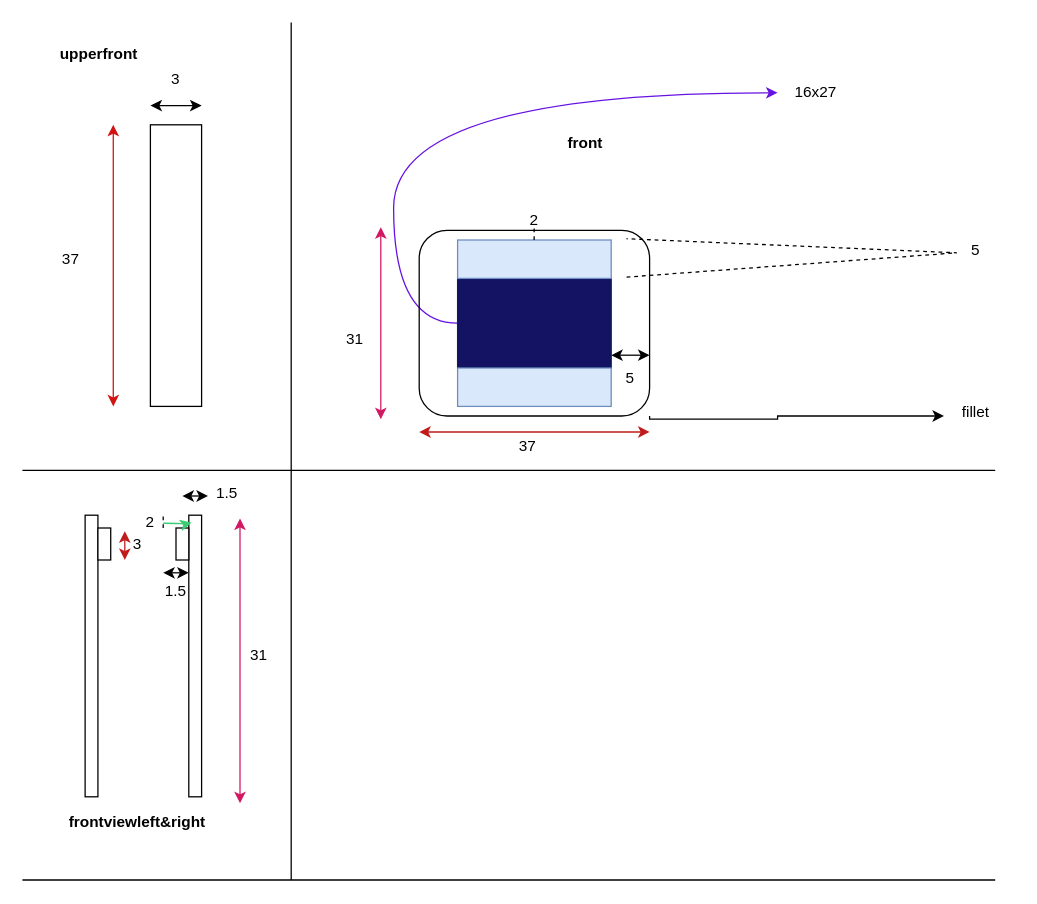
Before: outer design.drawio in ovishak777/Epoxy, a draw.io diagram. Source tidied: cells renumbered, new cells numbered last; positions are measured from the earlier drawing's top-left corner, leaving out a move shared by most shapes. Both pictures are drawn from the tidied source at 128%, with x=0, y=0 at pixel (22, 22).
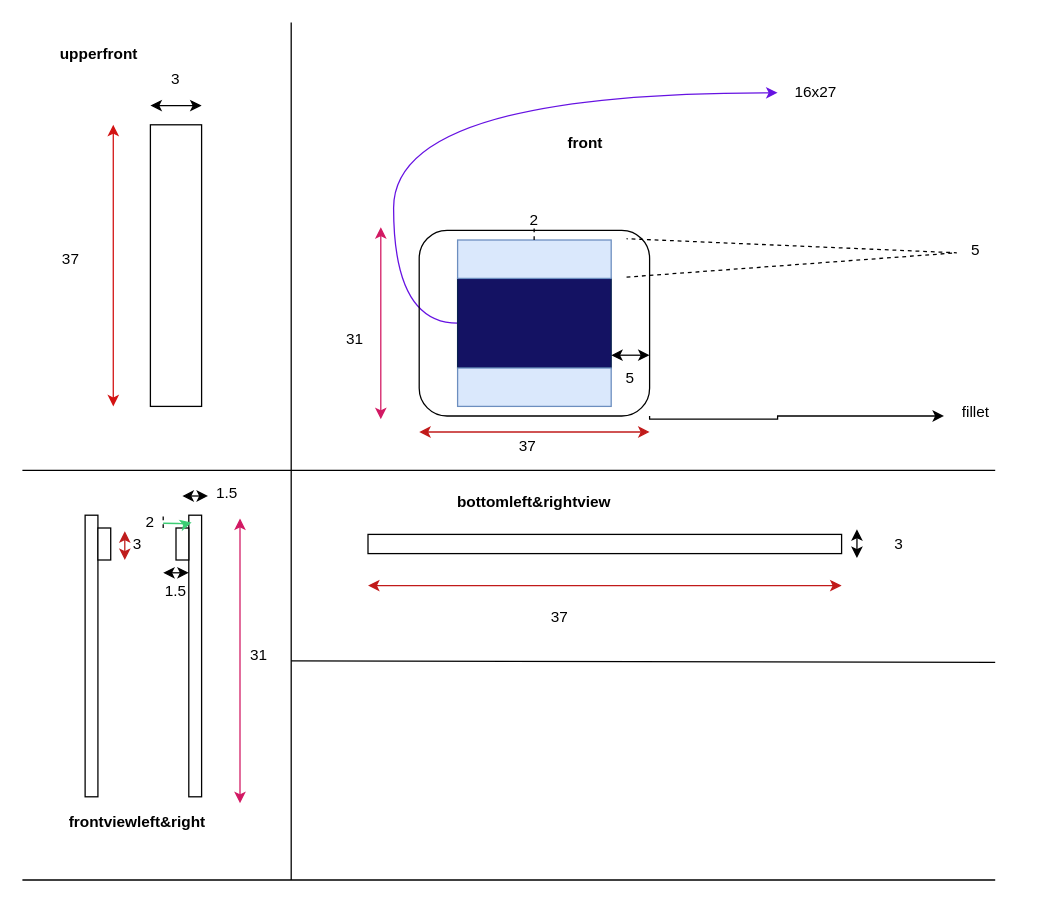
After the change.

What changed in the source:
```diff
@@
+    <mxCell id="46" style="endArrow=none;html=1;rounded=0;" parent="1" edge="1">
+      <mxGeometry relative="1" as="geometry">
+        <mxPoint x="210" y="498.8" as="sourcePoint" />
+        <mxPoint x="760" y="500" as="targetPoint" />
+      </mxGeometry>
+    </mxCell>
+    <mxCell id="47" value="&lt;b&gt;bottomleft&amp;amp;rightview&lt;/b&gt;" style="text;html=1;whiteSpace=wrap;strokeColor=none;fillColor=none;align=center;verticalAlign=middle;rounded=0;" parent="1" vertex="1">
+      <mxGeometry x="370" y="360" width="60" height="30" as="geometry" />
+    </mxCell>
+    <mxCell id="48" style="rounded=0;whiteSpace=wrap;html=1;" parent="1" vertex="1">
+      <mxGeometry x="270" y="400" width="370" height="15" as="geometry" />
+    </mxCell>
+    <mxCell id="49" style="endArrow=classic;startArrow=classic;html=1;rounded=0;strokeColor=light-dark(#c11a1a, #ededed);" parent="1" edge="1">
+      <mxGeometry relative="1" as="geometry">
+        <mxPoint x="270" y="440" as="sourcePoint" />
+        <mxPoint x="640" y="440" as="targetPoint" />
+      </mxGeometry>
+    </mxCell>
+    <mxCell id="50" style="endArrow=classic;startArrow=classic;html=1;rounded=0;strokeColor=default;" parent="1" edge="1">
+      <mxGeometry relative="1" as="geometry">
+        <mxPoint x="652" y="396" as="sourcePoint" />
+        <mxPoint x="652" y="418.5" as="targetPoint" />
+        <Array as="points">
+          <mxPoint x="652" y="406" />
+        </Array>
+      </mxGeometry>
+    </mxCell>
+    <mxCell id="51" value="3" style="text;html=1;whiteSpace=wrap;strokeColor=none;fillColor=none;align=center;verticalAlign=middle;rounded=0;" parent="1" vertex="1">
+      <mxGeometry x="655" y="392.5" width="60" height="30" as="geometry" />
+    </mxCell>
+    <mxCell id="52" value="37" style="text;html=1;whiteSpace=wrap;strokeColor=none;fillColor=none;align=center;verticalAlign=middle;rounded=0;" parent="1" vertex="1">
+      <mxGeometry x="390" y="450" width="60" height="30" as="geometry" />
+    </mxCell>
```
